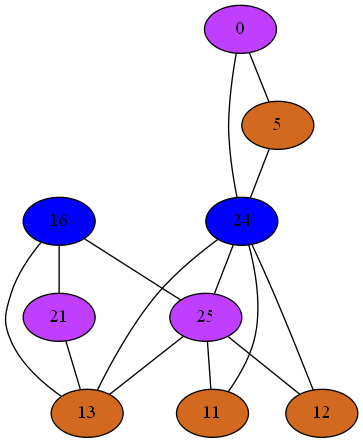
Earlier version of the Graphviz export Compiler/31iGraph.png (mbajaj92/Project-Astoria). Its source is kept beside it as Compiler/31iGraph.dot. The source it was exported from:
```dot
strict graph {
16[label="16" style=filled fillcolor="blue1"];
16 -- 21
16 -- 25
16 -- 13
0[label="0" style=filled fillcolor="darkorchid1"];
0 -- 5
0 -- 24
21[label="21" style=filled fillcolor="darkorchid1"];
21 -- 16
21 -- 13
5[label="5" style=filled fillcolor="chocolate"];
5 -- 0
5 -- 24
24[label="24" style=filled fillcolor="blue1"];
24 -- 0
24 -- 5
24 -- 25
24 -- 11
24 -- 12
24 -- 13
25[label="25" style=filled fillcolor="darkorchid1"];
25 -- 16
25 -- 24
25 -- 11
25 -- 12
25 -- 13
11[label="11" style=filled fillcolor="chocolate"];
11 -- 24
11 -- 25
12[label="12" style=filled fillcolor="chocolate"];
12 -- 24
12 -- 25
13[label="13" style=filled fillcolor="chocolate"];
13 -- 16
13 -- 21
13 -- 24
13 -- 25
}
```
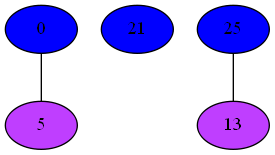
The same diagram one commit later.

The edit, as a diff of the source:
```diff
@@ -1,39 +1,11 @@
 strict graph {
-16[label="16" style=filled fillcolor="blue1"];
-16 -- 21
-16 -- 25
-16 -- 13
-0[label="0" style=filled fillcolor="darkorchid1"];
+0[label="0" style=filled fillcolor="blue1"];
 0 -- 5
-0 -- 24
-21[label="21" style=filled fillcolor="darkorchid1"];
-21 -- 16
-21 -- 13
-5[label="5" style=filled fillcolor="chocolate"];
+21[label="21" style=filled fillcolor="blue1"];
+5[label="5" style=filled fillcolor="darkorchid1"];
 5 -- 0
-5 -- 24
-24[label="24" style=filled fillcolor="blue1"];
-24 -- 0
-24 -- 5
-24 -- 25
-24 -- 11
-24 -- 12
-24 -- 13
-25[label="25" style=filled fillcolor="darkorchid1"];
-25 -- 16
-25 -- 24
-25 -- 11
-25 -- 12
+25[label="25" style=filled fillcolor="blue1"];
 25 -- 13
-11[label="11" style=filled fillcolor="chocolate"];
-11 -- 24
-11 -- 25
-12[label="12" style=filled fillcolor="chocolate"];
-12 -- 24
-12 -- 25
-13[label="13" style=filled fillcolor="chocolate"];
-13 -- 16
-13 -- 21
-13 -- 24
+13[label="13" style=filled fillcolor="darkorchid1"];
 13 -- 25
 }
```
